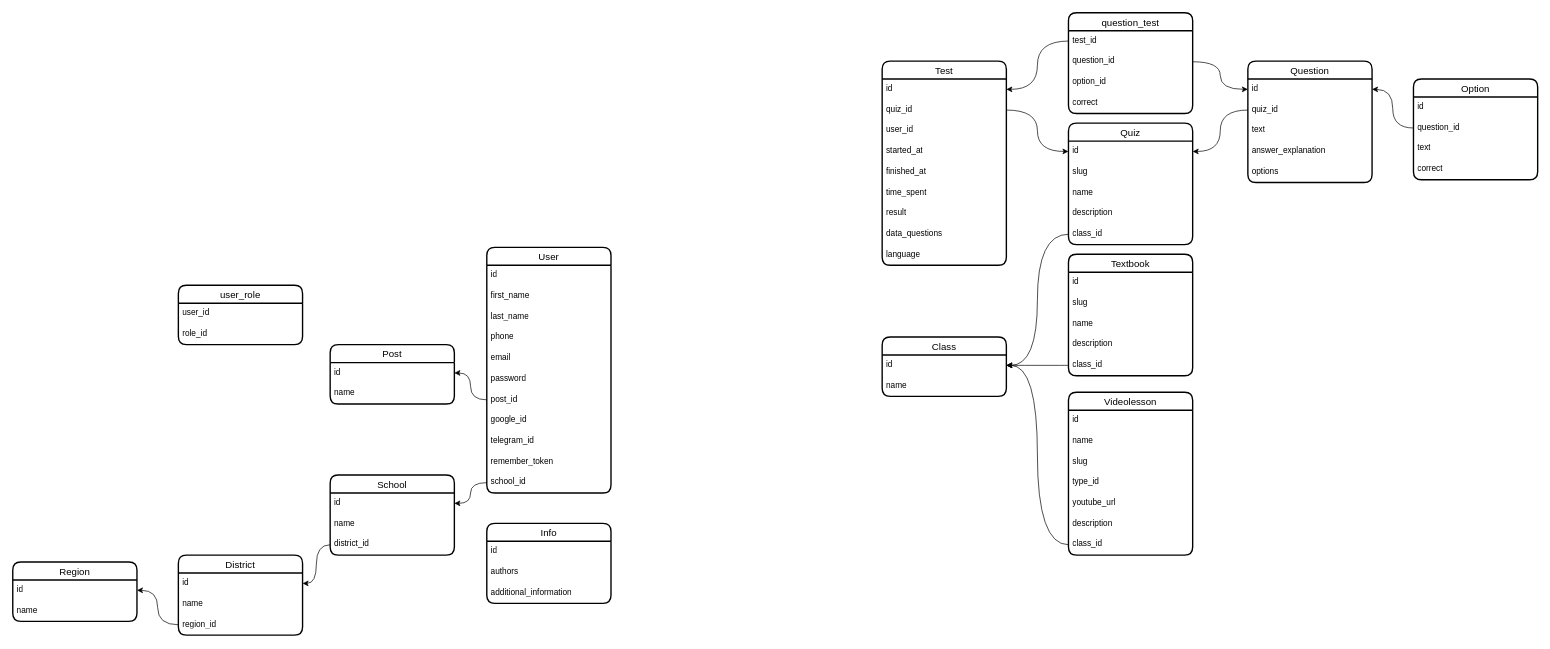
Earlier version of the draw.io diagram karsoft-learn-platform.drawio (iztileuoff/databases). Source tidied: cells renumbered, new cells numbered last; positions are measured from the earlier drawing's top-left corner, leaving out a move shared by most shapes. Both pictures are drawn from the tidied source at 69%, with x=0, y=0 at pixel (12, 12).
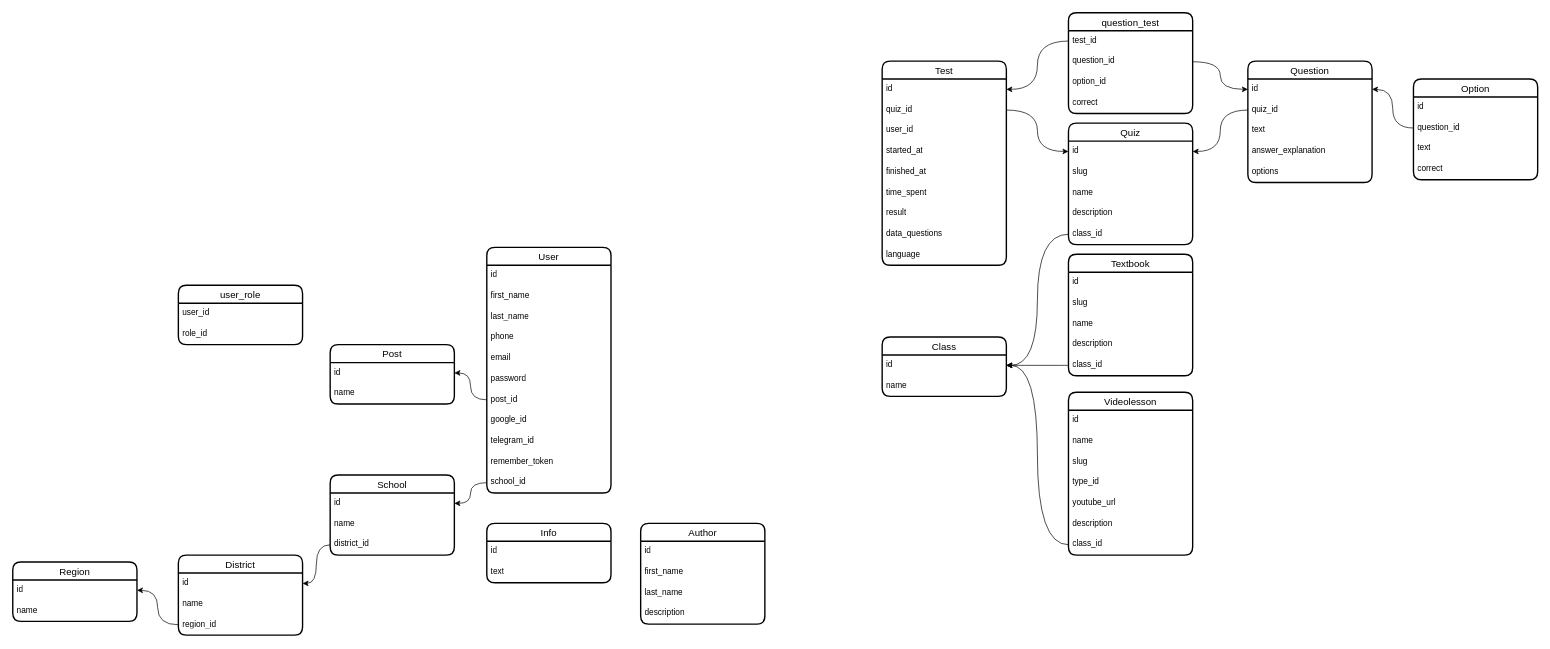
The same diagram, later.

Change to the diagram source:
```diff
@@
     <mxCell id="71" value="Info" style="swimlane;fontStyle=0;horizontal=1;startSize=26;align=center;fontSize=14;strokeWidth=2;rounded=1;shadow=0;glass=0;swimlaneLine=1;labelBackgroundColor=none;labelBorderColor=none;textShadow=0;" parent="1" vertex="1">
-      <mxGeometry x="687" y="740" width="180" height="116" as="geometry" />
+      <mxGeometry x="687" y="740" width="180" height="86" as="geometry" />
     </mxCell>
@@
-    <mxCell id="73" value="authors" style="text;strokeColor=none;fillColor=none;spacingLeft=4;spacingRight=4;overflow=hidden;fontSize=12;whiteSpace=wrap;html=1;" parent="71" vertex="1">
+    <mxCell id="73" value="text" style="text;strokeColor=none;fillColor=none;spacingLeft=4;spacingRight=4;overflow=hidden;fontSize=12;whiteSpace=wrap;html=1;" parent="71" vertex="1">
       <mxGeometry y="56" width="180" height="30" as="geometry" />
     </mxCell>
-    <mxCell id="74" value="additional_information" style="text;strokeColor=none;fillColor=none;spacingLeft=4;spacingRight=4;overflow=hidden;fontSize=12;whiteSpace=wrap;html=1;" parent="71" vertex="1">
-      <mxGeometry y="86" width="180" height="30" as="geometry" />
-    </mxCell>
@@
+    <mxCell id="96" value="Author" style="swimlane;fontStyle=0;horizontal=1;startSize=26;align=center;fontSize=14;strokeWidth=2;rounded=1;shadow=0;glass=0;swimlaneLine=1;labelBackgroundColor=none;labelBorderColor=none;textShadow=0;" parent="1" vertex="1">
+      <mxGeometry x="910" y="740" width="180" height="146" as="geometry" />
+    </mxCell>
+    <mxCell id="97" value="id" style="text;strokeColor=none;fillColor=none;spacingLeft=4;spacingRight=4;overflow=hidden;fontSize=12;whiteSpace=wrap;html=1;" parent="96" vertex="1">
+      <mxGeometry y="26" width="180" height="30" as="geometry" />
+    </mxCell>
+    <mxCell id="98" value="first_name" style="text;strokeColor=none;fillColor=none;spacingLeft=4;spacingRight=4;overflow=hidden;fontSize=12;whiteSpace=wrap;html=1;" parent="96" vertex="1">
+      <mxGeometry y="56" width="180" height="30" as="geometry" />
+    </mxCell>
+    <mxCell id="99" value="last_name" style="text;strokeColor=none;fillColor=none;spacingLeft=4;spacingRight=4;overflow=hidden;fontSize=12;whiteSpace=wrap;html=1;" parent="96" vertex="1">
+      <mxGeometry y="86" width="180" height="30" as="geometry" />
+    </mxCell>
+    <mxCell id="100" value="description" style="text;strokeColor=none;fillColor=none;spacingLeft=4;spacingRight=4;overflow=hidden;fontSize=12;whiteSpace=wrap;html=1;" parent="96" vertex="1">
+      <mxGeometry y="116" width="180" height="30" as="geometry" />
+    </mxCell>
```
